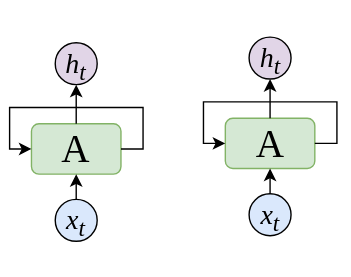
master-fency/plot keeps this draw.io diagram as RNN.drawio.svg. Above is the earlier version. Source tidied: cells renumbered, new cells last; positions are measured from the earlier drawing's top-left corner, leaving out a move shared by most shapes.
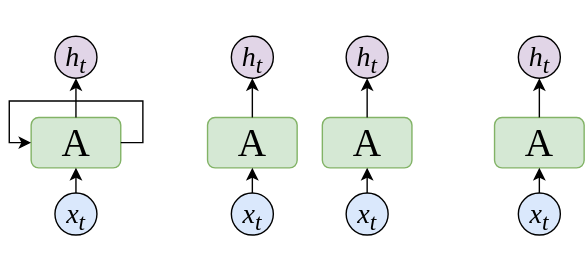
The same file after the commit.

Change to the diagram source:
```diff
@@ -2,31 +2,6 @@
   <root>
     <mxCell id="0" />
     <mxCell id="1" parent="0" />
-    <mxCell id="2" value="&lt;font face=&quot;Times New Roman&quot; style=&quot;font-size: 28px;&quot;&gt;A&lt;/font&gt;" style="rounded=1;whiteSpace=wrap;html=1;fillColor=#d5e8d4;strokeColor=#82b366;" parent="1" vertex="1">
-      <mxGeometry x="154.6" y="58" width="64" height="36" as="geometry" />
-    </mxCell>
-    <mxCell id="3" value="&lt;font face=&quot;Times New Roman&quot;&gt;&lt;span style=&quot;font-size: 20px;&quot;&gt;&lt;i&gt;h&lt;sub&gt;t&lt;/sub&gt;&lt;/i&gt;&lt;/span&gt;&lt;/font&gt;" style="ellipse;whiteSpace=wrap;html=1;shapeInside=1;fillColor=#e1d5e7;strokeColor=#000000;" parent="1" vertex="1">
-      <mxGeometry x="171.6" width="30" height="30" as="geometry" />
-    </mxCell>
-    <mxCell id="4" style="edgeStyle=orthogonalEdgeStyle;rounded=0;jettySize=auto;html=1;exitX=0.5;exitY=0;exitDx=0;exitDy=0;entryX=0.5;entryY=1;entryDx=0;entryDy=0;" parent="1" edge="1" source="5" target="2">
-      <mxGeometry relative="1" as="geometry" />
-    </mxCell>
-    <mxCell id="5" value="&lt;font face=&quot;Times New Roman&quot;&gt;&lt;span style=&quot;font-size: 20px;&quot;&gt;&lt;i&gt;x&lt;sub&gt;t&lt;/sub&gt;&lt;/i&gt;&lt;/span&gt;&lt;/font&gt;" style="ellipse;whiteSpace=wrap;html=1;shapeInside=1;fillColor=#dae8fc;strokeColor=#000000;" parent="1" vertex="1">
-      <mxGeometry x="171.6" y="112" width="30" height="30" as="geometry" />
-    </mxCell>
-    <mxCell id="6" style="endArrow=classic;html=1;rounded=0;exitX=0.5;exitY=0;exitDx=0;exitDy=0;entryX=0.5;entryY=1;entryDx=0;entryDy=0;" parent="1" edge="1" source="2" target="3">
-      <mxGeometry relative="1" as="geometry" />
-    </mxCell>
-    <mxCell id="7" style="edgeStyle=orthogonalEdgeStyle;rounded=0;orthogonalLoop=1;jettySize=auto;html=1;innerLoopWaypoints=1;exitX=1;exitY=0.5;exitDx=0;exitDy=0;entryX=0;entryY=0.5;entryDx=0;entryDy=0;" parent="1" edge="1" source="2" target="2">
-      <mxGeometry relative="1" as="geometry">
-        <Array as="points">
-          <mxPoint x="234.4" y="76" />
-          <mxPoint x="234.4" y="46.3" />
-          <mxPoint x="139" y="46.3" />
-          <mxPoint x="139" y="76" />
-        </Array>
-      </mxGeometry>
-    </mxCell>
     <mxCell id="8" style="group;" parent="1" vertex="1">
       <mxGeometry x="0.4" y="4" width="95.4" height="142" as="geometry" />
     </mxCell>
@@ -55,5 +30,59 @@
         </Array>
       </mxGeometry>
     </mxCell>
+    <mxCell id="15" style="group;" parent="1" vertex="1">
+      <mxGeometry x="142" y="4" width="64" height="142" as="geometry" />
+    </mxCell>
+    <mxCell id="2" value="&lt;font face=&quot;Times New Roman&quot; style=&quot;font-size: 28px;&quot;&gt;A&lt;/font&gt;" style="rounded=1;whiteSpace=wrap;html=1;fillColor=#d5e8d4;strokeColor=#82b366;" parent="15" vertex="1">
+      <mxGeometry y="58" width="64" height="36" as="geometry" />
+    </mxCell>
+    <mxCell id="3" value="&lt;font face=&quot;Times New Roman&quot;&gt;&lt;span style=&quot;font-size: 20px;&quot;&gt;&lt;i&gt;h&lt;sub&gt;t&lt;/sub&gt;&lt;/i&gt;&lt;/span&gt;&lt;/font&gt;" style="ellipse;whiteSpace=wrap;html=1;shapeInside=1;fillColor=#e1d5e7;strokeColor=#000000;" parent="15" vertex="1">
+      <mxGeometry x="17" width="30" height="30" as="geometry" />
+    </mxCell>
+    <mxCell id="4" style="edgeStyle=orthogonalEdgeStyle;rounded=0;jettySize=auto;html=1;exitX=0.5;exitY=0;exitDx=0;exitDy=0;entryX=0.5;entryY=1;entryDx=0;entryDy=0;" parent="15" edge="1" source="5" target="2">
+      <mxGeometry relative="1" as="geometry" />
+    </mxCell>
+    <mxCell id="5" value="&lt;font face=&quot;Times New Roman&quot;&gt;&lt;span style=&quot;font-size: 20px;&quot;&gt;&lt;i&gt;x&lt;sub&gt;t&lt;/sub&gt;&lt;/i&gt;&lt;/span&gt;&lt;/font&gt;" style="ellipse;whiteSpace=wrap;html=1;shapeInside=1;fillColor=#dae8fc;strokeColor=#000000;" parent="15" vertex="1">
+      <mxGeometry x="17" y="112" width="30" height="30" as="geometry" />
+    </mxCell>
+    <mxCell id="6" style="endArrow=classic;html=1;rounded=0;exitX=0.5;exitY=0;exitDx=0;exitDy=0;entryX=0.5;entryY=1;entryDx=0;entryDy=0;" parent="15" edge="1" source="2" target="3">
+      <mxGeometry relative="1" as="geometry" />
+    </mxCell>
+    <mxCell id="16" style="group;" parent="1" vertex="1">
+      <mxGeometry x="224" y="4" width="64" height="142" as="geometry" />
+    </mxCell>
+    <mxCell id="17" value="&lt;font face=&quot;Times New Roman&quot; style=&quot;font-size: 28px;&quot;&gt;A&lt;/font&gt;" style="rounded=1;whiteSpace=wrap;html=1;fillColor=#d5e8d4;strokeColor=#82b366;" parent="16" vertex="1">
+      <mxGeometry y="58" width="64" height="36" as="geometry" />
+    </mxCell>
+    <mxCell id="18" value="&lt;font face=&quot;Times New Roman&quot;&gt;&lt;span style=&quot;font-size: 20px;&quot;&gt;&lt;i&gt;h&lt;sub&gt;t&lt;/sub&gt;&lt;/i&gt;&lt;/span&gt;&lt;/font&gt;" style="ellipse;whiteSpace=wrap;html=1;shapeInside=1;fillColor=#e1d5e7;strokeColor=#000000;" parent="16" vertex="1">
+      <mxGeometry x="17" width="30" height="30" as="geometry" />
+    </mxCell>
+    <mxCell id="19" style="edgeStyle=orthogonalEdgeStyle;rounded=0;jettySize=auto;html=1;exitX=0.5;exitY=0;exitDx=0;exitDy=0;entryX=0.5;entryY=1;entryDx=0;entryDy=0;" parent="16" edge="1" source="20" target="17">
+      <mxGeometry relative="1" as="geometry" />
+    </mxCell>
+    <mxCell id="20" value="&lt;font face=&quot;Times New Roman&quot;&gt;&lt;span style=&quot;font-size: 20px;&quot;&gt;&lt;i&gt;x&lt;sub&gt;t&lt;/sub&gt;&lt;/i&gt;&lt;/span&gt;&lt;/font&gt;" style="ellipse;whiteSpace=wrap;html=1;shapeInside=1;fillColor=#dae8fc;strokeColor=#000000;" parent="16" vertex="1">
+      <mxGeometry x="17" y="112" width="30" height="30" as="geometry" />
+    </mxCell>
+    <mxCell id="21" style="endArrow=classic;html=1;rounded=0;exitX=0.5;exitY=0;exitDx=0;exitDy=0;entryX=0.5;entryY=1;entryDx=0;entryDy=0;" parent="16" edge="1" source="17" target="18">
+      <mxGeometry relative="1" as="geometry" />
+    </mxCell>
+    <mxCell id="22" style="group;" parent="1" vertex="1">
+      <mxGeometry x="347" y="4" width="64" height="142" as="geometry" />
+    </mxCell>
+    <mxCell id="23" value="&lt;font face=&quot;Times New Roman&quot; style=&quot;font-size: 28px;&quot;&gt;A&lt;/font&gt;" style="rounded=1;whiteSpace=wrap;html=1;fillColor=#d5e8d4;strokeColor=#82b366;" parent="22" vertex="1">
+      <mxGeometry y="58" width="64" height="36" as="geometry" />
+    </mxCell>
+    <mxCell id="24" value="&lt;font face=&quot;Times New Roman&quot;&gt;&lt;span style=&quot;font-size: 20px;&quot;&gt;&lt;i&gt;h&lt;sub&gt;t&lt;/sub&gt;&lt;/i&gt;&lt;/span&gt;&lt;/font&gt;" style="ellipse;whiteSpace=wrap;html=1;shapeInside=1;fillColor=#e1d5e7;strokeColor=#000000;" parent="22" vertex="1">
+      <mxGeometry x="17" width="30" height="30" as="geometry" />
+    </mxCell>
+    <mxCell id="25" style="edgeStyle=orthogonalEdgeStyle;rounded=0;jettySize=auto;html=1;exitX=0.5;exitY=0;exitDx=0;exitDy=0;entryX=0.5;entryY=1;entryDx=0;entryDy=0;" parent="22" edge="1" source="26" target="23">
+      <mxGeometry relative="1" as="geometry" />
+    </mxCell>
+    <mxCell id="26" value="&lt;font face=&quot;Times New Roman&quot;&gt;&lt;span style=&quot;font-size: 20px;&quot;&gt;&lt;i&gt;x&lt;sub&gt;t&lt;/sub&gt;&lt;/i&gt;&lt;/span&gt;&lt;/font&gt;" style="ellipse;whiteSpace=wrap;html=1;shapeInside=1;fillColor=#dae8fc;strokeColor=#000000;" parent="22" vertex="1">
+      <mxGeometry x="17" y="112" width="30" height="30" as="geometry" />
+    </mxCell>
+    <mxCell id="27" style="endArrow=classic;html=1;rounded=0;exitX=0.5;exitY=0;exitDx=0;exitDy=0;entryX=0.5;entryY=1;entryDx=0;entryDy=0;" parent="22" edge="1" source="23" target="24">
+      <mxGeometry relative="1" as="geometry" />
+    </mxCell>
   </root>
 </mxGraphModel>
```
